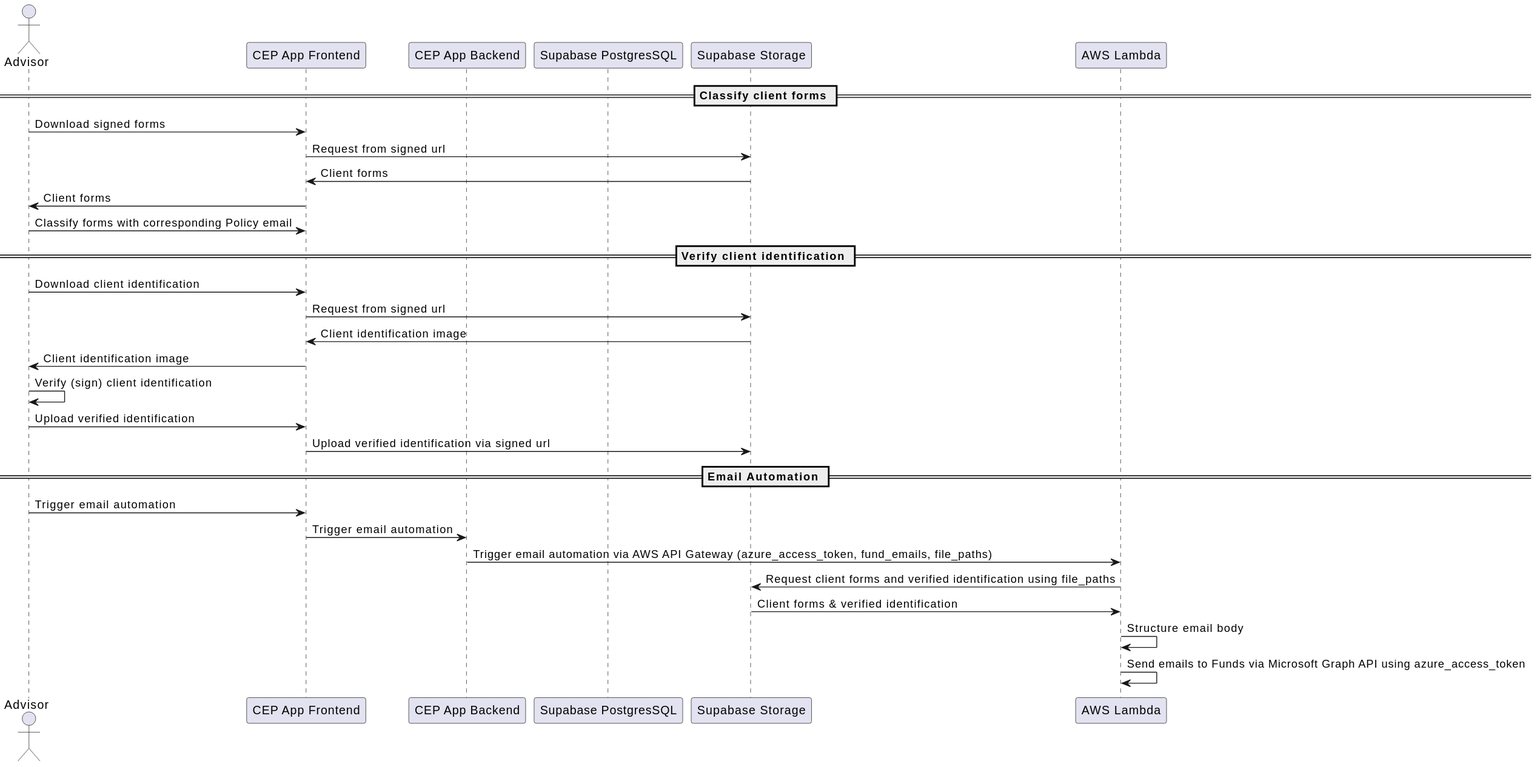
Before: docs/images/advisor-sequence.svg, a diagram exported from PlantUML (Arthur006/financial-advisor-cep). The source it was exported from:
```plantuml
@startuml
actor Advisor
participant "CEP App Frontend" as Frontend
participant "CEP App Backend" as Backend
participant "Supabase PostgresSQL" as Postgres
participant "Supabase Storage" as Storage
participant "AWS Lambda" as Lambda

== Classify client forms ==
Advisor -> Frontend: Download signed forms
Frontend -> Storage: Request from signed url
Storage -> Frontend: Client forms
Frontend -> Advisor: Client forms
Advisor -> Frontend: Classify forms with corresponding Policy email

== Verify client identification ==
Advisor -> Frontend: Download client identification
Frontend -> Storage: Request from signed url
Storage -> Frontend: Client identification image
Frontend -> Advisor: Client identification image
Advisor -> Advisor: Verify (sign) client identification
Advisor -> Frontend: Upload verified identification
Frontend -> Storage: Upload verified identification via signed url

== Email Automation ==
Advisor -> Frontend: Trigger email automation
Frontend -> Backend: Trigger email automation
Backend -> Lambda: Trigger email automation via AWS API Gateway (azure_access_token, fund_emails, file_paths)
Lambda -> Storage: Request client forms and verified identification using file_paths
Storage -> Lambda: Client forms & verified identification
Lambda -> Lambda: Structure email body
Lambda -> Lambda: Send emails to Funds via Microsoft Graph API using azure_access_token
@enduml
```
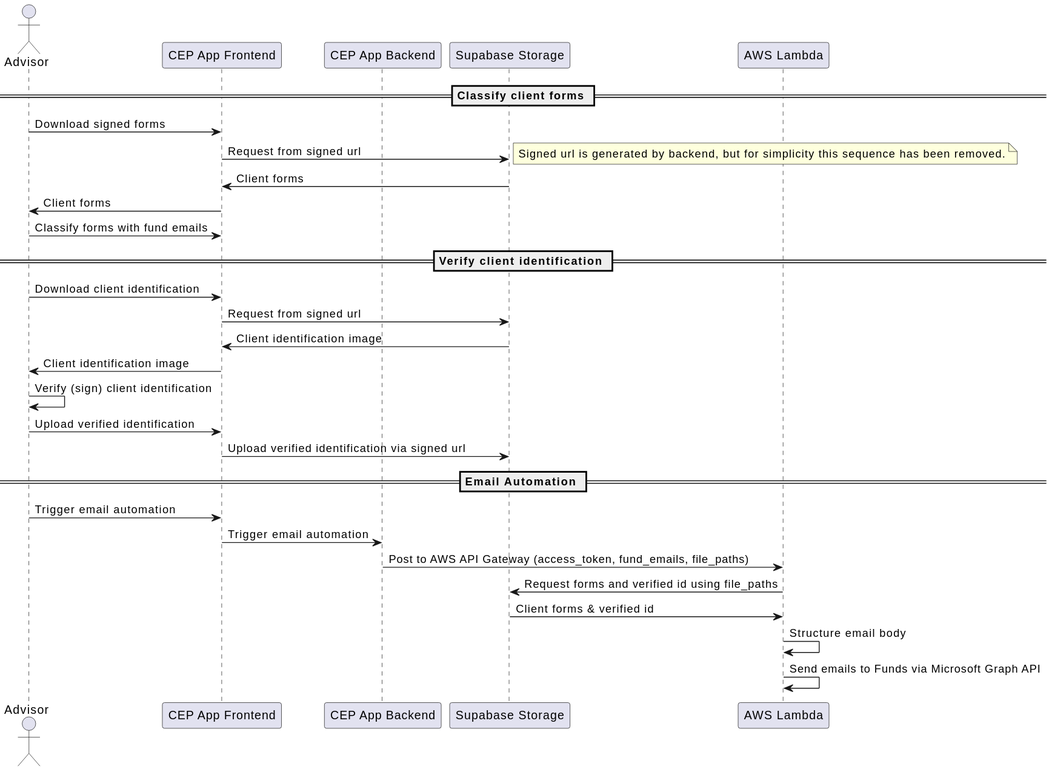
After the commit.

The edit, as a diff of the source:
```diff
@@ -2,16 +2,16 @@
 actor Advisor
 participant "CEP App Frontend" as Frontend
 participant "CEP App Backend" as Backend
-participant "Supabase PostgresSQL" as Postgres
 participant "Supabase Storage" as Storage
 participant "AWS Lambda" as Lambda
 
 == Classify client forms ==
 Advisor -> Frontend: Download signed forms
 Frontend -> Storage: Request from signed url
+note right: Signed url is generated by backend, but for simplicity this sequence has been removed.
 Storage -> Frontend: Client forms
 Frontend -> Advisor: Client forms
-Advisor -> Frontend: Classify forms with corresponding Policy email
+Advisor -> Frontend: Classify forms with fund emails
 
 == Verify client identification ==
 Advisor -> Frontend: Download client identification
@@ -25,9 +25,9 @@
 == Email Automation ==
 Advisor -> Frontend: Trigger email automation
 Frontend -> Backend: Trigger email automation
-Backend -> Lambda: Trigger email automation via AWS API Gateway (azure_access_token, fund_emails, file_paths)
-Lambda -> Storage: Request client forms and verified identification using file_paths
-Storage -> Lambda: Client forms & verified identification
+Backend -> Lambda: Post to AWS API Gateway (access_token, fund_emails, file_paths)
+Lambda -> Storage: Request forms and verified id using file_paths
+Storage -> Lambda: Client forms & verified id
 Lambda -> Lambda: Structure email body
-Lambda -> Lambda: Send emails to Funds via Microsoft Graph API using azure_access_token
+Lambda -> Lambda: Send emails to Funds via Microsoft Graph API
 @enduml
```
